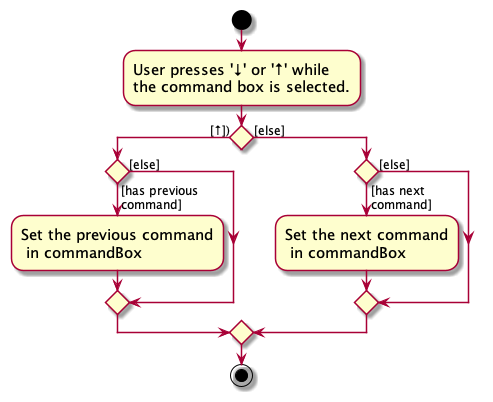
The PlantUML diagram docs/images/CommandHistoryActivityDiagram.png in nus-cs2103-AY2324S1/tp, before a commit. The source it was exported from:
```plantuml
@startuml
skin rose
skinparam ActivityFontSize 15
skinparam ArrowFontSize 12
start
:User presses '↓' or '↑' while \nthe command box is selected.;

if () then ([↑]))
    if() then ([has previous\ncommand])
    :Set the previous command\n in commandBox;
    else ([else])
    endif
else ([else])
    if() then ([has next\ncommand])
    :Set the next command\n in commandBox;
    else ([else])
    endif
endif
stop
@enduml
```
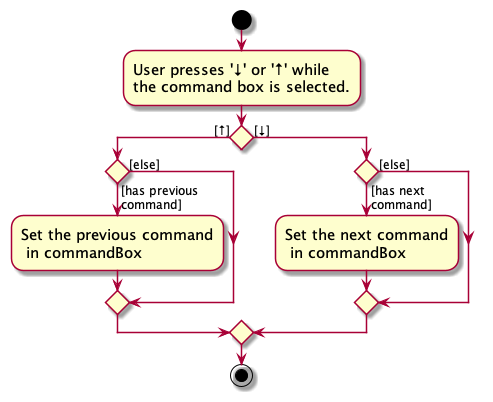
Above is the later version.

Commit message:
Fix size of ActivityDiagram, CommandHistory design consideration

The edit, as a diff of the source:
```diff
@@ -5,12 +5,12 @@
 start
 :User presses '↓' or '↑' while \nthe command box is selected.;
 
-if () then ([↑]))
+if () then ([↑])
     if() then ([has previous\ncommand])
     :Set the previous command\n in commandBox;
     else ([else])
     endif
-else ([else])
+else ([↓])
     if() then ([has next\ncommand])
     :Set the next command\n in commandBox;
     else ([else])
```
